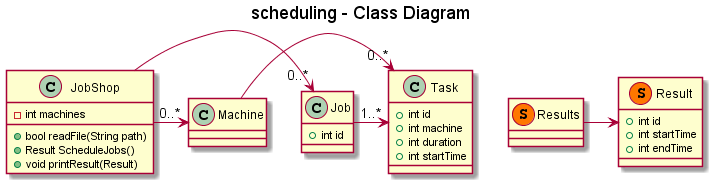
Earlier version of the PlantUML export classdiagram.png (TheKevDev/scheduling).
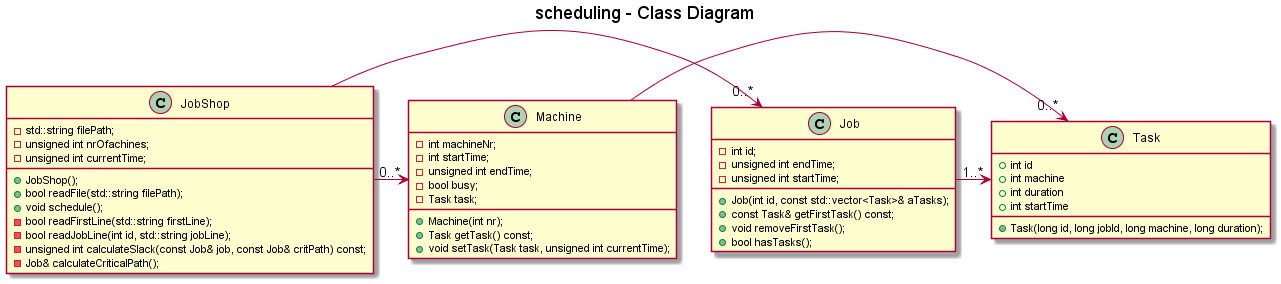
After the commit.

The edit, as a diff of the source:
```diff
@@ -3,14 +3,26 @@
 title scheduling - Class Diagram
 
 class JobShop {
-    -int machines
-	+bool readFile(String path)
-    +Result ScheduleJobs()
-	+void printResult(Result)
+    +JobShop();
+	+bool readFile(std::string filePath);
+	+void schedule();
+	-bool readFirstLine(std::string firstLine);
+	-bool readJobLine(int id, std::string jobLine);
+	-unsigned int calculateSlack(const Job& job, const Job& critPath) const;
+	-Job& calculateCriticalPath();
+	-std::string filePath;
+	-unsigned int nrOfachines;
+	-unsigned int currentTime;
 }
 
 class Job {
-    +int id
+    +Job(int id, const std::vector<Task>& aTasks);
+	+const Task& getFirstTask() const;
+	+void removeFirstTask();
+	+bool hasTasks();
+	-int id;
+	-unsigned int endTime;
+	-unsigned int startTime;
 }
 
 class Task {
@@ -18,27 +30,23 @@
     +int machine
     +int duration
 	+int startTime
+	+Task(long id, long jobId, long machine, long duration);
 }
 
 class Machine {
-
-}
-
-class Results <<(S,#FF7700)>>{
-
-}
-
-class Result <<(S,#FF7700)>>{
-    +int id
-    +int startTime
-    +int endTime
+	+Machine(int nr);
+	+Task getTask() const;
+	+void setTask(Task task, unsigned int currentTime);
+	-int machineNr;
+	-int startTime;
+	-unsigned int endTime;
+	-bool busy;
+	-Task task;
 }
 
 JobShop -> "0..*" Job
 Job -> "1..*" Task
 JobShop -> "0..*" Machine
 Machine -> "0..*" Task
-Results -> Result
-
 
 @enduml
```
